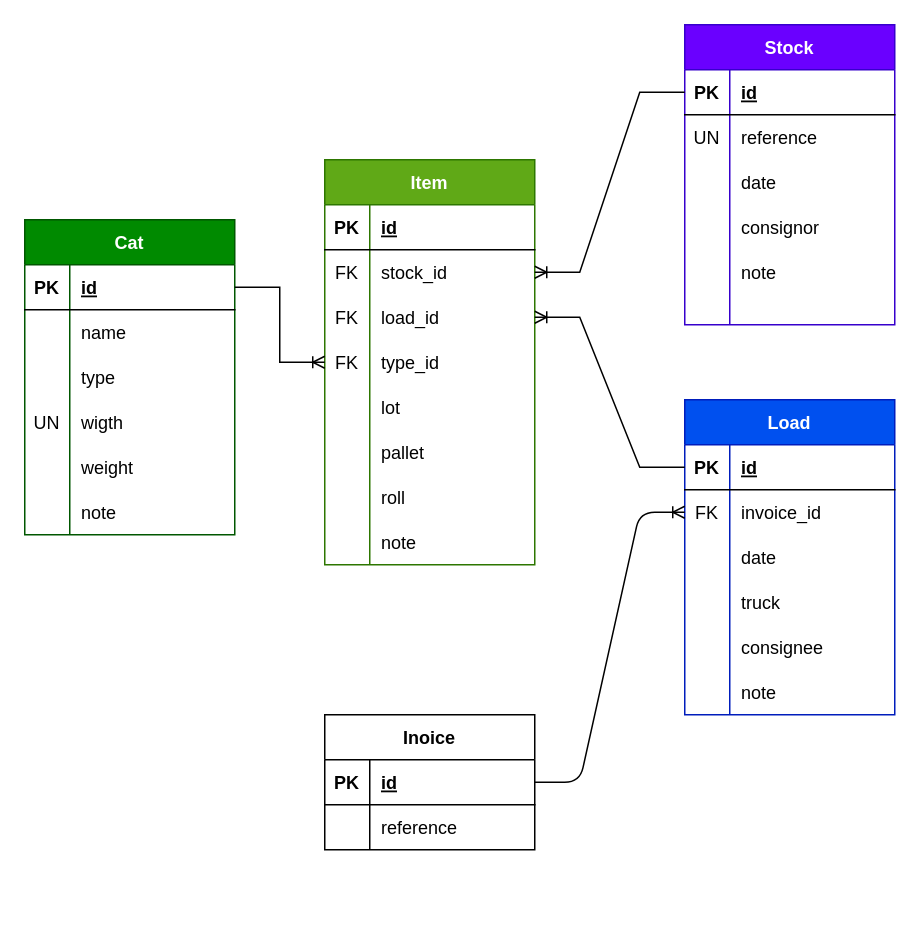
This is db_schema.drawio from bdoobd/evalam, a draw.io file, before an edit. Source tidied: cells renumbered, new cells numbered last; positions are measured from the earlier drawing's top-left corner, leaving out a move shared by most shapes. Both pictures are drawn from the tidied source at 150%, with x=0, y=0 at pixel (24, 24).
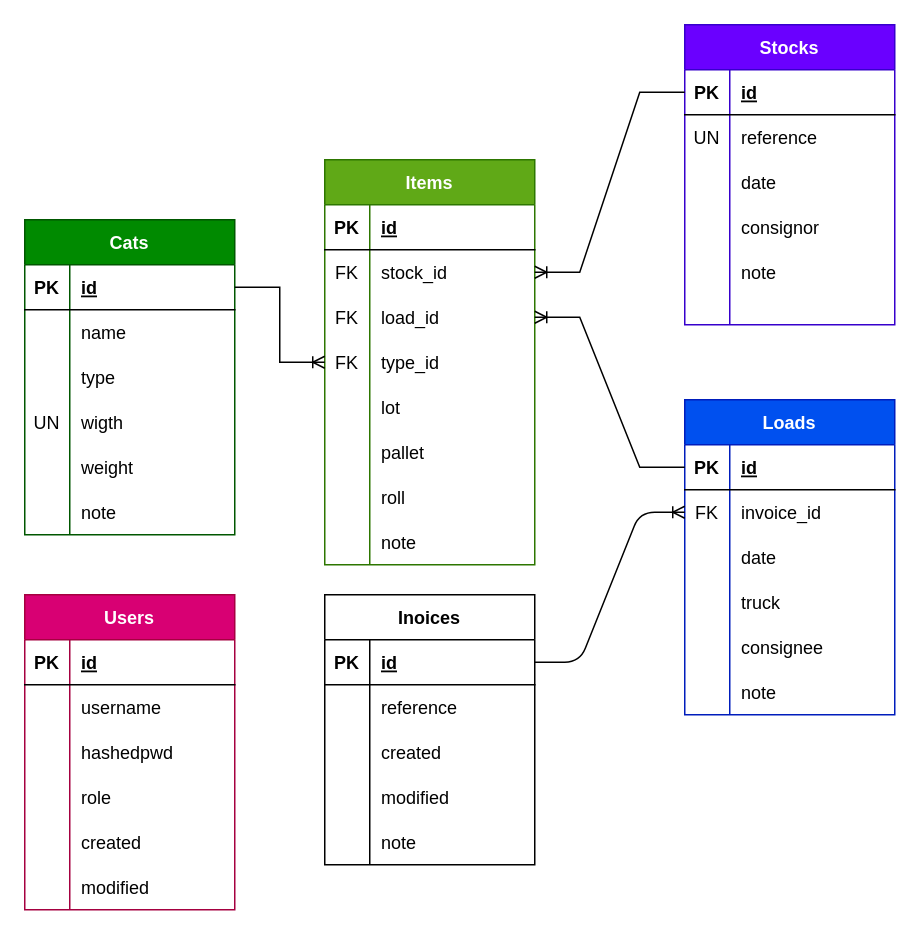
The same page after the edit.

Change to the diagram source:
```diff
@@
-    <mxCell id="2" value="Stock" style="shape=table;startSize=30;childLayout=tableLayout;rowLines=0;fontStyle=1;align=center;rounded=0;fillColor=#6a00ff;fontColor=#ffffff;strokeColor=#3700CC;" parent="1" vertex="1">
+    <mxCell id="2" value="Stocks" style="shape=table;startSize=30;childLayout=tableLayout;rowLines=0;fontStyle=1;align=center;rounded=0;fillColor=#6a00ff;fontColor=#ffffff;strokeColor=#3700CC;" parent="1" vertex="1">
       <mxGeometry x="440" width="140" height="200" as="geometry" />
     </mxCell>
@@
-    <mxCell id="21" value="Item" style="shape=table;startSize=30;childLayout=tableLayout;rowLines=0;fontStyle=1;align=center;rounded=0;fillColor=#60a917;fontColor=#ffffff;strokeColor=#2D7600;gradientColor=none;shadow=0;" parent="1" vertex="1">
+    <mxCell id="21" value="Items" style="shape=table;startSize=30;childLayout=tableLayout;rowLines=0;fontStyle=1;align=center;rounded=0;fillColor=#60a917;fontColor=#ffffff;strokeColor=#2D7600;gradientColor=none;shadow=0;" parent="1" vertex="1">
       <mxGeometry x="200" y="90" width="140" height="270" as="geometry" />
     </mxCell>
@@
-    <mxCell id="46" value="Load" style="shape=table;startSize=30;childLayout=tableLayout;rowLines=0;fontStyle=1;align=center;rounded=0;fillColor=#0050ef;fontColor=#ffffff;strokeColor=#001DBC;" parent="1" vertex="1">
+    <mxCell id="46" value="Loads" style="shape=table;startSize=30;childLayout=tableLayout;rowLines=0;fontStyle=1;align=center;rounded=0;fillColor=#0050ef;fontColor=#ffffff;strokeColor=#001DBC;" parent="1" vertex="1">
       <mxGeometry x="440" y="250" width="140" height="210" as="geometry" />
     </mxCell>
@@
-    <mxCell id="65" value="Cat" style="shape=table;startSize=30;childLayout=tableLayout;rowLines=0;fontStyle=1;align=center;rounded=0;fillColor=#008a00;fontColor=#ffffff;strokeColor=#005700;" parent="1" vertex="1">
+    <mxCell id="65" value="Cats" style="shape=table;startSize=30;childLayout=tableLayout;rowLines=0;fontStyle=1;align=center;rounded=0;fillColor=#008a00;fontColor=#ffffff;strokeColor=#005700;" parent="1" vertex="1">
       <mxGeometry y="130" width="140" height="210" as="geometry" />
     </mxCell>
@@
-    <mxCell id="87" value="Inoice" style="shape=table;startSize=30;childLayout=tableLayout;rowLines=0;fontStyle=1;align=center;" parent="1" vertex="1">
-      <mxGeometry x="200" y="460" width="140" height="90" as="geometry" />
+    <mxCell id="87" value="Inoices" style="shape=table;startSize=30;childLayout=tableLayout;rowLines=0;fontStyle=1;align=center;" parent="1" vertex="1">
+      <mxGeometry x="200" y="380" width="140" height="180" as="geometry" />
     </mxCell>
@@
+    <mxCell id="95" style="shape=tableRow;horizontal=0;startSize=0;swimlaneHead=0;swimlaneBody=0;fillColor=none;top=0;left=0;right=0;bottom=0;" parent="87" vertex="1">
+      <mxGeometry y="90" width="140" height="30" as="geometry" />
+    </mxCell>
+    <mxCell id="96" style="shape=partialRectangle;fillColor=none;top=0;left=0;bottom=0;right=0;overflow=hidden;" parent="95" vertex="1">
+      <mxGeometry width="30" height="30" as="geometry" />
+    </mxCell>
+    <mxCell id="97" value="created" style="shape=partialRectangle;fillColor=none;top=0;left=0;bottom=0;right=0;align=left;spacingLeft=6;overflow=hidden;" parent="95" vertex="1">
+      <mxGeometry x="30" width="110" height="30" as="geometry" />
+    </mxCell>
+    <mxCell id="98" style="shape=tableRow;horizontal=0;startSize=0;swimlaneHead=0;swimlaneBody=0;fillColor=none;top=0;left=0;right=0;bottom=0;" parent="87" vertex="1">
+      <mxGeometry y="120" width="140" height="30" as="geometry" />
+    </mxCell>
+    <mxCell id="99" style="shape=partialRectangle;fillColor=none;top=0;left=0;bottom=0;right=0;overflow=hidden;" parent="98" vertex="1">
+      <mxGeometry width="30" height="30" as="geometry" />
+    </mxCell>
+    <mxCell id="100" value="modified" style="shape=partialRectangle;fillColor=none;top=0;left=0;bottom=0;right=0;align=left;spacingLeft=6;overflow=hidden;" parent="98" vertex="1">
+      <mxGeometry x="30" width="110" height="30" as="geometry" />
+    </mxCell>
+    <mxCell id="101" style="shape=tableRow;horizontal=0;startSize=0;swimlaneHead=0;swimlaneBody=0;fillColor=none;top=0;left=0;right=0;bottom=0;" parent="87" vertex="1">
+      <mxGeometry y="150" width="140" height="30" as="geometry" />
+    </mxCell>
+    <mxCell id="102" style="shape=partialRectangle;fillColor=none;top=0;left=0;bottom=0;right=0;overflow=hidden;" parent="101" vertex="1">
+      <mxGeometry width="30" height="30" as="geometry" />
+    </mxCell>
+    <mxCell id="103" value="note" style="shape=partialRectangle;fillColor=none;top=0;left=0;bottom=0;right=0;align=left;spacingLeft=6;overflow=hidden;" parent="101" vertex="1">
+      <mxGeometry x="30" width="110" height="30" as="geometry" />
+    </mxCell>
@@
+    <mxCell id="104" value="Users" style="shape=table;startSize=30;childLayout=tableLayout;rowLines=0;fontStyle=1;align=center;fillColor=#d80073;fontColor=#ffffff;strokeColor=#A50040;" parent="1" vertex="1">
+      <mxGeometry y="380" width="140" height="210" as="geometry" />
+    </mxCell>
+    <mxCell id="105" style="shape=tableRow;horizontal=0;startSize=0;swimlaneHead=0;swimlaneBody=0;fillColor=none;top=0;left=0;right=0;bottom=1;" parent="104" vertex="1">
+      <mxGeometry y="30" width="140" height="30" as="geometry" />
+    </mxCell>
+    <mxCell id="106" value="PK" style="shape=partialRectangle;fillColor=none;top=0;left=0;bottom=0;right=0;fontStyle=1;overflow=hidden;" parent="105" vertex="1">
+      <mxGeometry width="30" height="30" as="geometry" />
+    </mxCell>
+    <mxCell id="107" value="id" style="shape=partialRectangle;fillColor=none;top=0;left=0;bottom=0;right=0;align=left;spacingLeft=6;fontStyle=5;overflow=hidden;" parent="105" vertex="1">
+      <mxGeometry x="30" width="110" height="30" as="geometry" />
+    </mxCell>
+    <mxCell id="108" style="shape=tableRow;horizontal=0;startSize=0;swimlaneHead=0;swimlaneBody=0;fillColor=none;top=0;left=0;right=0;bottom=0;" parent="104" vertex="1">
+      <mxGeometry y="60" width="140" height="30" as="geometry" />
+    </mxCell>
+    <mxCell id="109" style="shape=partialRectangle;fillColor=none;top=0;left=0;bottom=0;right=0;overflow=hidden;" parent="108" vertex="1">
+      <mxGeometry width="30" height="30" as="geometry" />
+    </mxCell>
+    <mxCell id="110" value="username" style="shape=partialRectangle;fillColor=none;top=0;left=0;bottom=0;right=0;align=left;spacingLeft=6;overflow=hidden;" parent="108" vertex="1">
+      <mxGeometry x="30" width="110" height="30" as="geometry" />
+    </mxCell>
+    <mxCell id="111" style="shape=tableRow;horizontal=0;startSize=0;swimlaneHead=0;swimlaneBody=0;fillColor=none;top=0;left=0;right=0;bottom=0;" parent="104" vertex="1">
+      <mxGeometry y="90" width="140" height="30" as="geometry" />
+    </mxCell>
+    <mxCell id="112" style="shape=partialRectangle;fillColor=none;top=0;left=0;bottom=0;right=0;overflow=hidden;" parent="111" vertex="1">
+      <mxGeometry width="30" height="30" as="geometry" />
+    </mxCell>
+    <mxCell id="113" value="hashedpwd" style="shape=partialRectangle;fillColor=none;top=0;left=0;bottom=0;right=0;align=left;spacingLeft=6;overflow=hidden;" parent="111" vertex="1">
+      <mxGeometry x="30" width="110" height="30" as="geometry" />
+    </mxCell>
+    <mxCell id="114" style="shape=tableRow;horizontal=0;startSize=0;swimlaneHead=0;swimlaneBody=0;fillColor=none;top=0;left=0;right=0;bottom=0;" parent="104" vertex="1">
+      <mxGeometry y="120" width="140" height="30" as="geometry" />
+    </mxCell>
+    <mxCell id="115" style="shape=partialRectangle;fillColor=none;top=0;left=0;bottom=0;right=0;overflow=hidden;" parent="114" vertex="1">
+      <mxGeometry width="30" height="30" as="geometry" />
+    </mxCell>
+    <mxCell id="116" value="role" style="shape=partialRectangle;fillColor=none;top=0;left=0;bottom=0;right=0;align=left;spacingLeft=6;overflow=hidden;" parent="114" vertex="1">
+      <mxGeometry x="30" width="110" height="30" as="geometry" />
+    </mxCell>
+    <mxCell id="117" style="shape=tableRow;horizontal=0;startSize=0;swimlaneHead=0;swimlaneBody=0;fillColor=none;top=0;left=0;right=0;bottom=0;" parent="104" vertex="1">
+      <mxGeometry y="150" width="140" height="30" as="geometry" />
+    </mxCell>
+    <mxCell id="118" style="shape=partialRectangle;fillColor=none;top=0;left=0;bottom=0;right=0;overflow=hidden;" parent="117" vertex="1">
+      <mxGeometry width="30" height="30" as="geometry" />
+    </mxCell>
+    <mxCell id="119" value="created" style="shape=partialRectangle;fillColor=none;top=0;left=0;bottom=0;right=0;align=left;spacingLeft=6;overflow=hidden;" parent="117" vertex="1">
+      <mxGeometry x="30" width="110" height="30" as="geometry" />
+    </mxCell>
+    <mxCell id="120" style="shape=tableRow;horizontal=0;startSize=0;swimlaneHead=0;swimlaneBody=0;fillColor=none;top=0;left=0;right=0;bottom=0;" parent="104" vertex="1">
+      <mxGeometry y="180" width="140" height="30" as="geometry" />
+    </mxCell>
+    <mxCell id="121" style="shape=partialRectangle;fillColor=none;top=0;left=0;bottom=0;right=0;overflow=hidden;" parent="120" vertex="1">
+      <mxGeometry width="30" height="30" as="geometry" />
+    </mxCell>
+    <mxCell id="122" value="modified" style="shape=partialRectangle;fillColor=none;top=0;left=0;bottom=0;right=0;align=left;spacingLeft=6;overflow=hidden;" parent="120" vertex="1">
+      <mxGeometry x="30" width="110" height="30" as="geometry" />
+    </mxCell>
```
